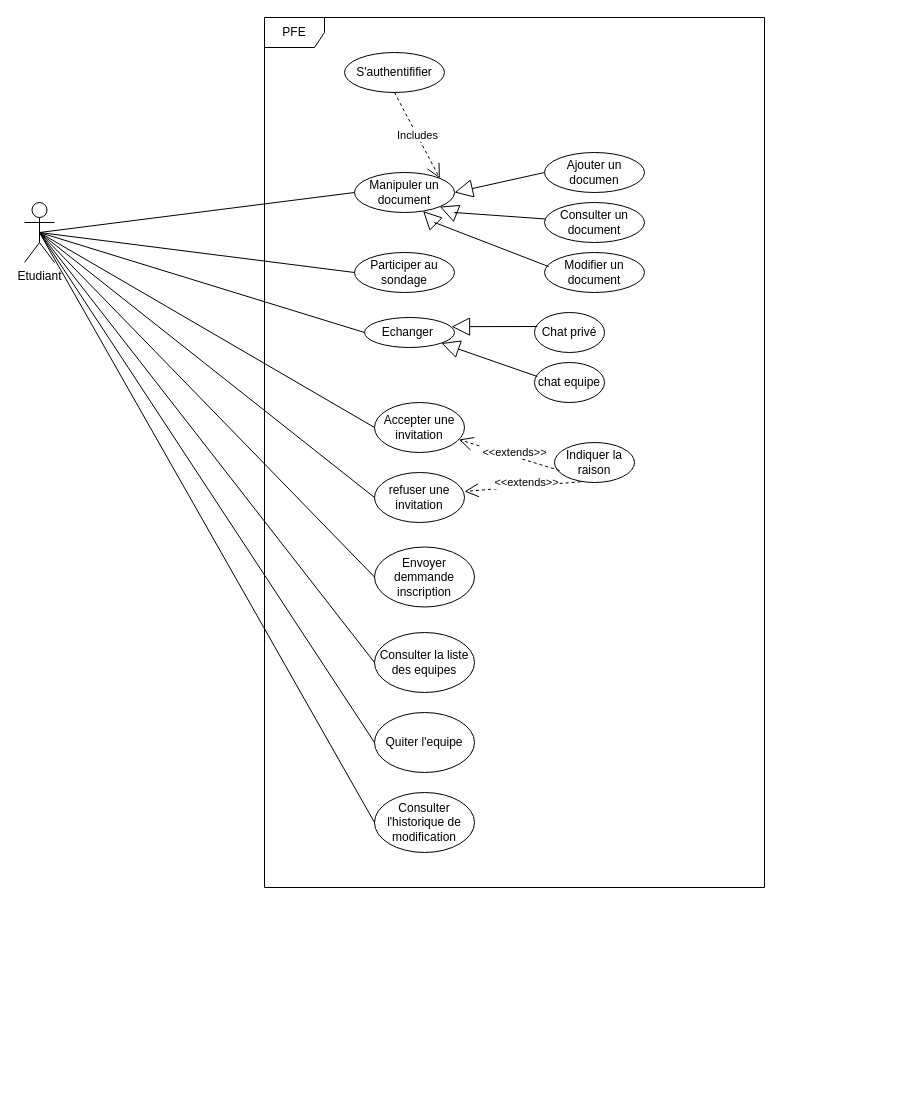
stormsidali2001/PFE_third_year_school_project_front keeps this draw.io diagram as diagrams/Untitled Diagram.drawio. Above is the earlier version. Source tidied: cells renumbered, new cells numbered last; positions are measured from the earlier drawing's top-left corner, leaving out a move shared by most shapes. Both pictures are drawn from the tidied source at 100%, with x=0, y=0 at pixel (24, 17).
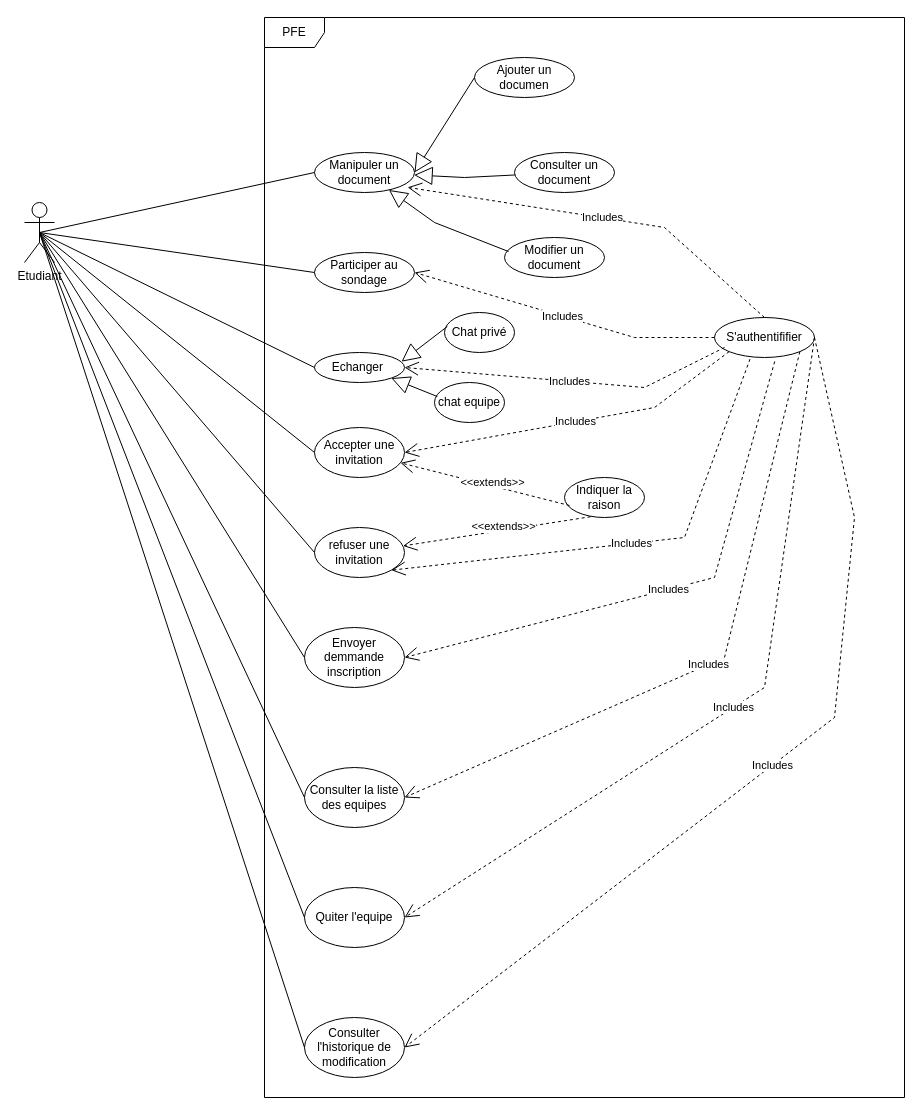
The same diagram, later.

What changed in the source:
```diff
@@
     <mxCell id="2" value="PFE" style="shape=umlFrame;whiteSpace=wrap;html=1;" parent="1" vertex="1">
-      <mxGeometry x="240" width="500" height="870" as="geometry" />
+      <mxGeometry x="240" width="640" height="1080" as="geometry" />
     </mxCell>
@@
     <mxCell id="4" value="S'authentififier" style="ellipse;whiteSpace=wrap;html=1;" parent="1" vertex="1">
-      <mxGeometry x="320" y="35" width="100" height="40" as="geometry" />
+      <mxGeometry x="690" y="300" width="100" height="40" as="geometry" />
     </mxCell>
     <mxCell id="5" value="Ajouter un documen" style="ellipse;whiteSpace=wrap;html=1;" parent="1" vertex="1">
-      <mxGeometry x="520" y="135" width="100" height="40" as="geometry" />
+      <mxGeometry x="450" y="40" width="100" height="40" as="geometry" />
     </mxCell>
     <mxCell id="6" value="Consulter un document" style="ellipse;whiteSpace=wrap;html=1;" parent="1" vertex="1">
-      <mxGeometry x="520" y="185" width="100" height="40" as="geometry" />
+      <mxGeometry x="490" y="135" width="100" height="40" as="geometry" />
     </mxCell>
     <mxCell id="7" value="Modifier un document" style="ellipse;whiteSpace=wrap;html=1;" parent="1" vertex="1">
-      <mxGeometry x="520" y="235" width="100" height="40" as="geometry" />
+      <mxGeometry x="480" y="220" width="100" height="40" as="geometry" />
     </mxCell>
     <mxCell id="8" value="Manipuler un document" style="ellipse;whiteSpace=wrap;html=1;" parent="1" vertex="1">
-      <mxGeometry x="330" y="155" width="100" height="40" as="geometry" />
+      <mxGeometry x="290" y="135" width="100" height="40" as="geometry" />
     </mxCell>
     <mxCell id="9" style="endArrow=block;endSize=16;endFill=0;html=1;rounded=0;" parent="1" edge="1" source="6" target="8">
       <mxGeometry relative="1" as="geometry">
         <Array as="points">
-          <mxPoint x="430" y="195" />
+          <mxPoint x="440" y="160" />
         </Array>
       </mxGeometry>
     </mxCell>
@@
-    <mxCell id="11" style="endArrow=block;endSize=16;endFill=0;html=1;rounded=0;entryX=1;entryY=0.5;entryDx=0;entryDy=0;" parent="1" edge="1" target="8">
-      <mxGeometry x="-0.32" y="3" relative="1" as="geometry">
-        <mxPoint x="520" y="155" as="sourcePoint" />
-      </mxGeometry>
+    <mxCell id="11" style="endArrow=block;endSize=16;endFill=0;html=1;rounded=0;entryX=1;entryY=0.5;entryDx=0;entryDy=0;exitX=0;exitY=0.5;exitDx=0;exitDy=0;" parent="1" edge="1" source="5" target="8">
+      <mxGeometry x="-0.32" y="3" relative="1" as="geometry" />
     </mxCell>
-    <mxCell id="12" value="Includes" style="endArrow=open;endSize=12;dashed=1;html=1;rounded=0;entryX=1;entryY=0;entryDx=0;entryDy=0;exitX=0.5;exitY=1;exitDx=0;exitDy=0;" parent="1" edge="1" source="4" target="8">
-      <mxGeometry relative="1" as="geometry" />
+    <mxCell id="12" value="Includes" style="endArrow=open;endSize=12;dashed=1;html=1;rounded=0;exitX=0.5;exitY=0;exitDx=0;exitDy=0;entryX=0.931;entryY=0.871;entryDx=0;entryDy=0;entryPerimeter=0;" parent="1" edge="1" source="4" target="8">
+      <mxGeometry relative="1" as="geometry">
+        <Array as="points">
+          <mxPoint x="640" y="210" />
+        </Array>
+      </mxGeometry>
     </mxCell>
     <mxCell id="13" value="Participer au sondage" style="ellipse;whiteSpace=wrap;html=1;" parent="1" vertex="1">
-      <mxGeometry x="330" y="235" width="100" height="40" as="geometry" />
+      <mxGeometry x="290" y="235" width="100" height="40" as="geometry" />
     </mxCell>
     <mxCell id="14" value="Echanger&amp;nbsp;" style="ellipse;whiteSpace=wrap;html=1;" parent="1" vertex="1">
-      <mxGeometry x="340" y="300" width="90" height="30" as="geometry" />
+      <mxGeometry x="290" y="335" width="90" height="30" as="geometry" />
     </mxCell>
     <mxCell id="15" value="&lt;div&gt;&lt;span&gt;Chat privé&lt;/span&gt;&lt;/div&gt;" style="ellipse;whiteSpace=wrap;html=1;" parent="1" vertex="1">
-      <mxGeometry x="510" y="295" width="70" height="40" as="geometry" />
+      <mxGeometry x="420" y="295" width="70" height="40" as="geometry" />
     </mxCell>
@@
     <mxCell id="17" value="&lt;div&gt;&lt;span&gt;chat equipe&lt;/span&gt;&lt;/div&gt;" style="ellipse;whiteSpace=wrap;html=1;" parent="1" vertex="1">
-      <mxGeometry x="510" y="345" width="70" height="40" as="geometry" />
+      <mxGeometry x="410" y="365" width="70" height="40" as="geometry" />
     </mxCell>
@@
     <mxCell id="19" value="Accepter une invitation" style="ellipse;whiteSpace=wrap;html=1;" parent="1" vertex="1">
-      <mxGeometry x="350" y="385" width="90" height="50" as="geometry" />
+      <mxGeometry x="290" y="410" width="90" height="50" as="geometry" />
     </mxCell>
     <mxCell id="20" value="refuser une invitation" style="ellipse;whiteSpace=wrap;html=1;" parent="1" vertex="1">
-      <mxGeometry x="350" y="455" width="90" height="50" as="geometry" />
+      <mxGeometry x="290" y="510" width="90" height="50" as="geometry" />
     </mxCell>
     <mxCell id="21" value="Indiquer la raison" style="ellipse;whiteSpace=wrap;html=1;" parent="1" vertex="1">
-      <mxGeometry x="530" y="425" width="80" height="40" as="geometry" />
+      <mxGeometry x="540" y="460" width="80" height="40" as="geometry" />
     </mxCell>
@@
-    <mxCell id="23" value="&amp;lt;&amp;lt;extends&amp;gt;&amp;gt;" style="endArrow=open;endSize=12;dashed=1;html=1;rounded=0;exitX=0.326;exitY=0.981;exitDx=0;exitDy=0;exitPerimeter=0;" parent="1" edge="1" source="21">
-      <mxGeometry x="-0.08" y="-4" relative="1" as="geometry">
-        <mxPoint x="440" y="474" as="targetPoint" />
-      </mxGeometry>
+    <mxCell id="23" value="&amp;lt;&amp;lt;extends&amp;gt;&amp;gt;" style="endArrow=open;endSize=12;dashed=1;html=1;rounded=0;exitX=0.326;exitY=0.981;exitDx=0;exitDy=0;exitPerimeter=0;" parent="1" edge="1" source="21" target="20">
+      <mxGeometry x="-0.08" y="-4" relative="1" as="geometry" />
     </mxCell>
     <mxCell id="24" value="Envoyer demmande&lt;br&gt;inscription" style="ellipse;whiteSpace=wrap;html=1;" parent="1" vertex="1">
-      <mxGeometry x="350" y="529.5" width="100" height="60" as="geometry" />
+      <mxGeometry x="280" y="610" width="100" height="60" as="geometry" />
     </mxCell>
     <mxCell id="25" value="Consulter la liste des equipes" style="ellipse;whiteSpace=wrap;html=1;" parent="1" vertex="1">
-      <mxGeometry x="350" y="615" width="100" height="60" as="geometry" />
+      <mxGeometry x="280" y="750" width="100" height="60" as="geometry" />
     </mxCell>
     <mxCell id="26" value="Quiter l'equipe" style="ellipse;whiteSpace=wrap;html=1;" parent="1" vertex="1">
-      <mxGeometry x="350" y="695" width="100" height="60" as="geometry" />
+      <mxGeometry x="280" y="870" width="100" height="60" as="geometry" />
     </mxCell>
     <mxCell id="27" value="Consulter l'historique de modification" style="ellipse;whiteSpace=wrap;html=1;" parent="1" vertex="1">
-      <mxGeometry x="350" y="775" width="100" height="60" as="geometry" />
+      <mxGeometry x="280" y="1000" width="100" height="60" as="geometry" />
     </mxCell>
@@
+    <mxCell id="37" value="Includes" style="endArrow=open;endSize=12;dashed=1;html=1;rounded=0;exitX=0;exitY=0.5;exitDx=0;exitDy=0;entryX=1;entryY=0.5;entryDx=0;entryDy=0;" parent="1" edge="1" source="4" target="13">
+      <mxGeometry relative="1" as="geometry">
+        <Array as="points">
+          <mxPoint x="610" y="320" />
+        </Array>
+      </mxGeometry>
+    </mxCell>
+    <mxCell id="38" value="Includes" style="endArrow=open;endSize=12;dashed=1;html=1;rounded=0;exitX=0;exitY=0.5;exitDx=0;exitDy=0;entryX=1;entryY=0.5;entryDx=0;entryDy=0;" parent="1" edge="1" target="14">
+      <mxGeometry relative="1" as="geometry">
+        <mxPoint x="700" y="330" as="sourcePoint" />
+        <Array as="points">
+          <mxPoint x="620" y="370" />
+        </Array>
+      </mxGeometry>
+    </mxCell>
+    <mxCell id="39" value="Includes" style="endArrow=open;endSize=12;dashed=1;html=1;rounded=0;exitX=0;exitY=1;exitDx=0;exitDy=0;entryX=1;entryY=0.5;entryDx=0;entryDy=0;" parent="1" edge="1" source="4" target="19">
+      <mxGeometry relative="1" as="geometry">
+        <Array as="points">
+          <mxPoint x="630" y="390" />
+        </Array>
+      </mxGeometry>
+    </mxCell>
+    <mxCell id="40" value="Includes" style="endArrow=open;endSize=12;dashed=1;html=1;rounded=0;exitX=0.355;exitY=1.04;exitDx=0;exitDy=0;entryX=1;entryY=1;entryDx=0;entryDy=0;exitPerimeter=0;" parent="1" edge="1" source="4" target="20">
+      <mxGeometry relative="1" as="geometry">
+        <Array as="points">
+          <mxPoint x="660" y="520" />
+        </Array>
+      </mxGeometry>
+    </mxCell>
+    <mxCell id="41" value="Includes" style="endArrow=open;endSize=12;dashed=1;html=1;rounded=0;exitX=0.602;exitY=1.099;exitDx=0;exitDy=0;entryX=1;entryY=0.5;entryDx=0;entryDy=0;exitPerimeter=0;" parent="1" edge="1" source="4" target="24">
+      <mxGeometry relative="1" as="geometry">
+        <Array as="points">
+          <mxPoint x="690" y="560" />
+        </Array>
+      </mxGeometry>
+    </mxCell>
+    <mxCell id="42" value="Includes" style="endArrow=open;endSize=12;dashed=1;html=1;rounded=0;exitX=1;exitY=1;exitDx=0;exitDy=0;entryX=1;entryY=0.5;entryDx=0;entryDy=0;" parent="1" edge="1" source="4" target="25">
+      <mxGeometry relative="1" as="geometry">
+        <Array as="points">
+          <mxPoint x="700" y="640" />
+        </Array>
+      </mxGeometry>
+    </mxCell>
+    <mxCell id="43" value="Includes" style="endArrow=open;endSize=12;dashed=1;html=1;rounded=0;entryX=1;entryY=0.5;entryDx=0;entryDy=0;exitX=1;exitY=0.5;exitDx=0;exitDy=0;" parent="1" edge="1" source="4" target="26">
+      <mxGeometry relative="1" as="geometry">
+        <Array as="points">
+          <mxPoint x="740" y="670" />
+        </Array>
+      </mxGeometry>
+    </mxCell>
+    <mxCell id="44" value="Includes" style="endArrow=open;endSize=12;dashed=1;html=1;rounded=0;exitX=1;exitY=0.5;exitDx=0;exitDy=0;entryX=1;entryY=0.5;entryDx=0;entryDy=0;" parent="1" edge="1" source="4" target="27">
+      <mxGeometry relative="1" as="geometry">
+        <Array as="points">
+          <mxPoint x="830" y="500" />
+          <mxPoint x="810" y="700" />
+        </Array>
+      </mxGeometry>
+    </mxCell>
```
